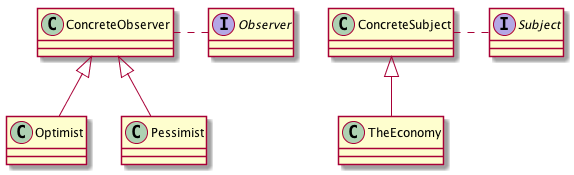
rashmishrm/UMLParser keeps this PlantUML diagram as UMLGenerator/test-case-4.png. Above is the earlier version.
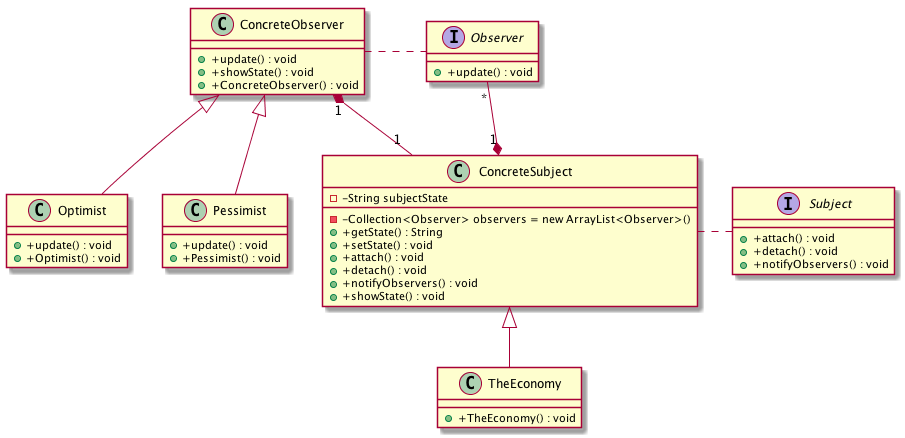
The same diagram one commit later.

Diff of the diagram source:
```diff
@@ -1,27 +1,49 @@
 @startuml
 class ConcreteObserver{
++ +update() : void
++ +showState() : void
++ +ConcreteObserver() : void
 }
 
 class ConcreteSubject{
+- -String subjectState
+- -Collection<Observer> observers = new ArrayList<Observer>()
++ +getState() : String
++ +setState() : void
++ +attach() : void
++ +detach() : void
++ +notifyObservers() : void
++ +showState() : void
 }
 
 interface Observer{
++ +update() : void
 }
 
 class Optimist{
++ +update() : void
++ +Optimist() : void
 }
 
 class Pessimist{
++ +update() : void
++ +Pessimist() : void
 }
 
 interface Subject{
++ +attach() : void
++ +detach() : void
++ +notifyObservers() : void
 }
 
 class TheEconomy{
++ +TheEconomy() : void
 }
 
 ConcreteObserver . Observer
+ConcreteObserver  "1" *--  "1"  ConcreteSubject
 ConcreteSubject . Subject
+ConcreteSubject  "1" *--  "*"  Observer
 ConcreteObserver<|--Optimist
 ConcreteObserver<|--Pessimist
 ConcreteSubject<|--TheEconomy
```
